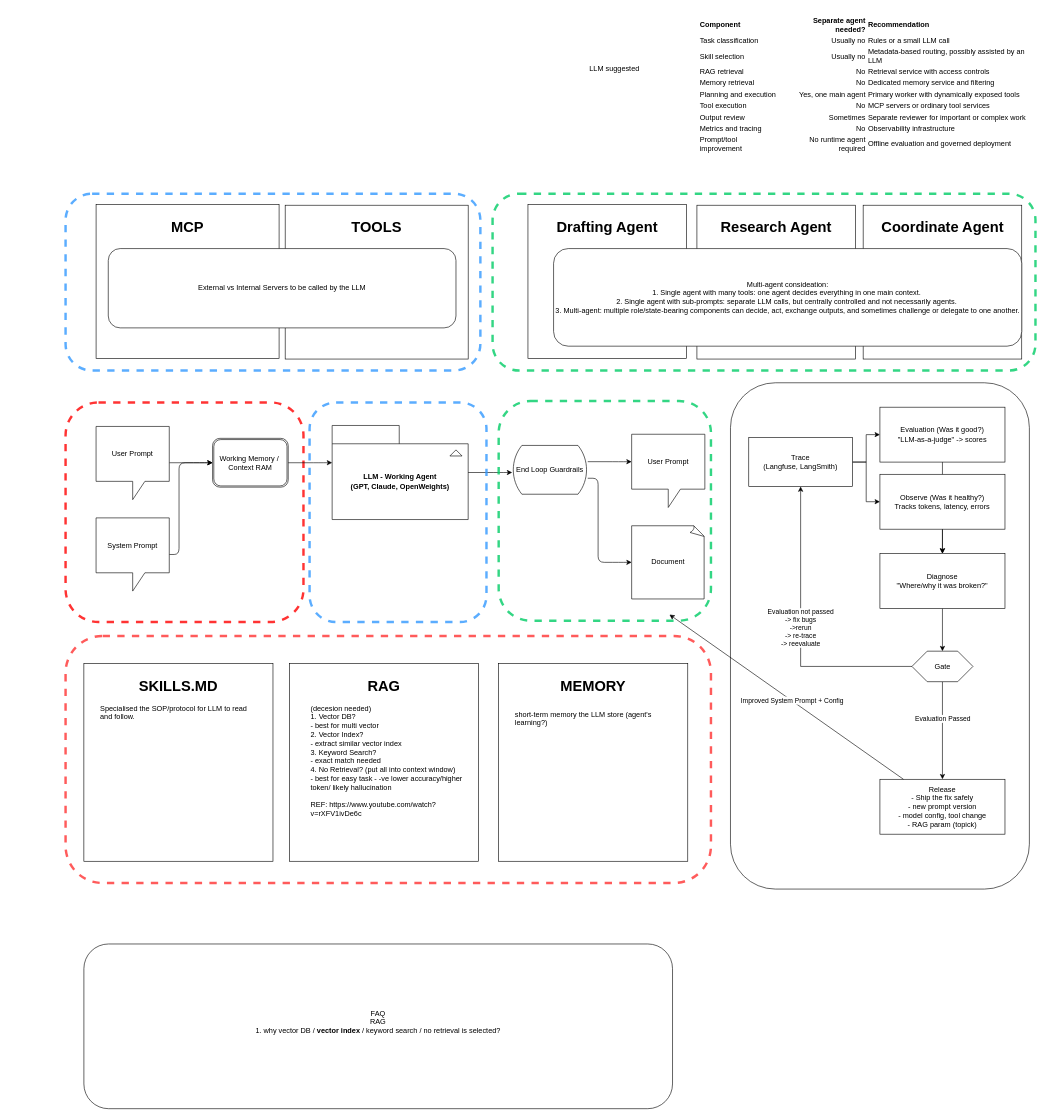
This is Untitled Diagram.drawio from takhinwan-coder/regulatory-multiagent-rag, a draw.io file, before an edit. Source tidied: cells renumbered, new cells numbered last; positions are measured from the earlier drawing's top-left corner, leaving out a move shared by most shapes. Both pictures are drawn from the tidied source at 61%, with x=0, y=0 at pixel (10, 10).
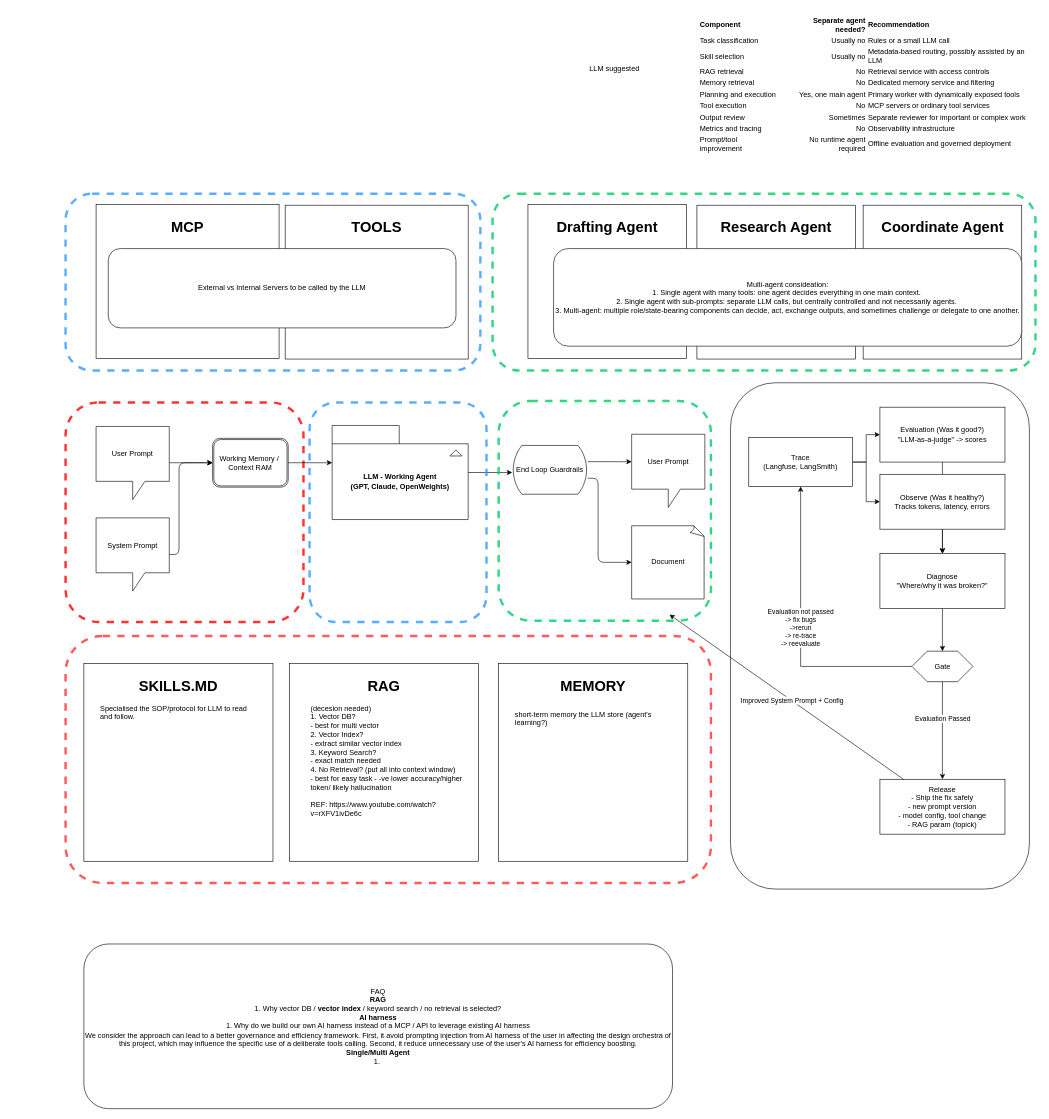
After the change.

Diff of the diagram source:
```diff
@@
-    <mxCell id="56" value="FAQ&lt;div&gt;RAG&lt;/div&gt;&lt;div&gt;1. why vector DB / &lt;b&gt;vector index&lt;/b&gt; / keyword search / no retrieval is selected?&lt;/div&gt;&lt;div&gt;&lt;br&gt;&lt;/div&gt;" style="rounded=1;whiteSpace=wrap;html=1;roundedPerimeter=1;" parent="1" vertex="1">
+    <mxCell id="56" value="FAQ&lt;div&gt;&lt;b&gt;RAG&lt;/b&gt;&lt;/div&gt;&lt;div&gt;1. Why vector DB / &lt;b&gt;vector index&lt;/b&gt; / keyword search / no retrieval is selected?&lt;/div&gt;&lt;div&gt;&lt;b&gt;AI harness&lt;/b&gt;&lt;/div&gt;&lt;div&gt;1. Why do we build our own AI harness instead of a MCP / API to leverage existing AI harness&lt;/div&gt;&lt;div&gt;We consider the approach can lead to a better governance and efficiency framework. First, it avoid prompting injection from AI harness of the user in affecting the design orchestra of this project, which may influence the specific use of a&amp;nbsp;deliberate tools calling. Second, it reduce unnecessary use of the user's AI harness for efficiency boosting.&lt;/div&gt;&lt;div&gt;&lt;b&gt;Single/Multi Agent&lt;/b&gt;&lt;/div&gt;&lt;div&gt;1.&amp;nbsp;&lt;/div&gt;" style="rounded=1;whiteSpace=wrap;html=1;roundedPerimeter=1;" parent="1" vertex="1">
       <mxGeometry x="120" y="1530" width="965" height="270" as="geometry" />
     </mxCell>
```
